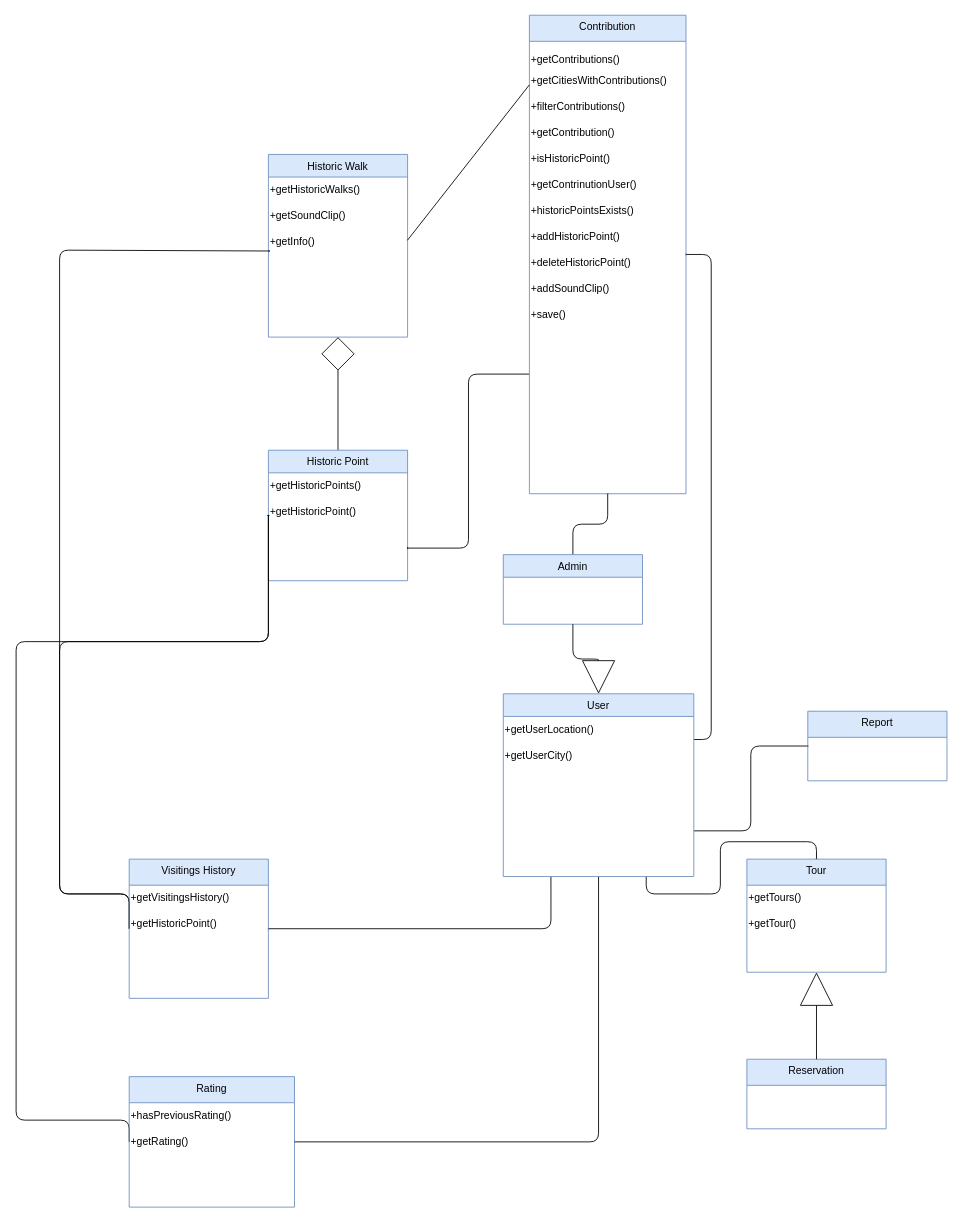
Above: NOTES/Domain Model.drawio in Nektar24/software-engineering (draw.io), before the change. Source tidied: cells renumbered, new cells numbered last; positions are measured from the earlier drawing's top-left corner, leaving out a move shared by most shapes. Both pictures are drawn from the tidied source at 87%, with x=0, y=0 at pixel (16, 15).
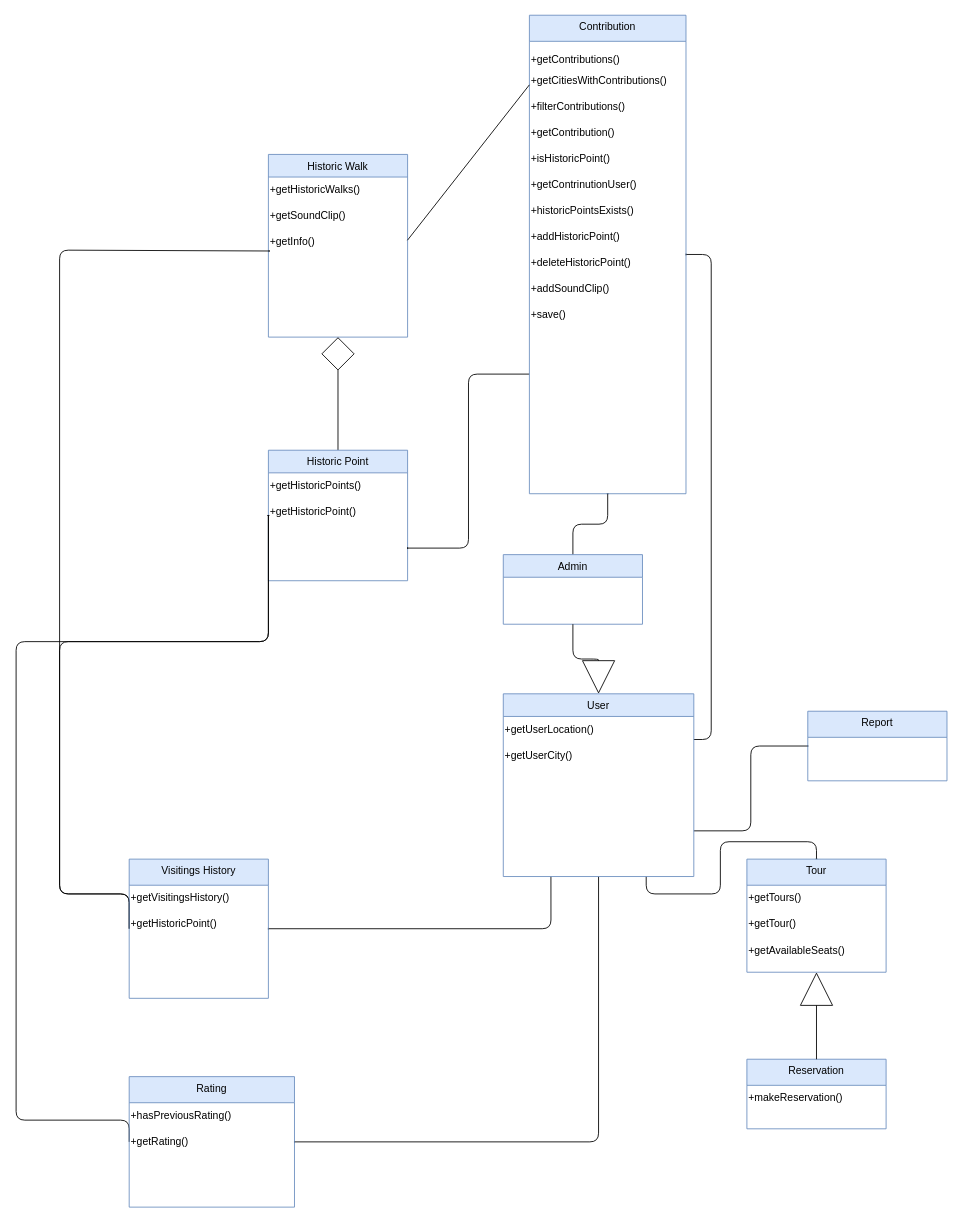
Above is the later version.

Commit message:
sec7 on domain model

Unchanged cells that the change refers to:
```xml
<mxCell id="39" value="Tour" style="swimlane;fontStyle=0;align=center;verticalAlign=top;horizontal=1;startSize=30;rounded=0;shadow=0;strokeWidth=1;fillColor=#dae8fc;strokeColor=#6c8ebf;" parent="1" vertex="1">
  <mxGeometry x="840" y="970" width="160" height="130" as="geometry" />
</mxCell>
<mxCell id="42" value="Reservation" style="swimlane;fontStyle=0;align=center;verticalAlign=top;horizontal=1;startSize=30;rounded=0;shadow=0;strokeWidth=1;fillColor=#dae8fc;strokeColor=#6c8ebf;" parent="1" vertex="1">
  <mxGeometry x="840" y="1200" width="160" height="80" as="geometry" />
</mxCell>
```

Change to the diagram source:
```diff
@@
+    <mxCell id="50" value="+getAvailableSeats()" style="text;html=1;align=left;verticalAlign=middle;strokeColor=none;fillColor=none;" parent="39" vertex="1">
+      <mxGeometry y="90" width="160" height="30" as="geometry" />
+    </mxCell>
@@
+    <mxCell id="51" value="+makeReservation()" style="text;html=1;align=left;verticalAlign=middle;strokeColor=none;fillColor=none;" parent="42" vertex="1">
+      <mxGeometry y="30" width="160" height="30" as="geometry" />
+    </mxCell>
```
